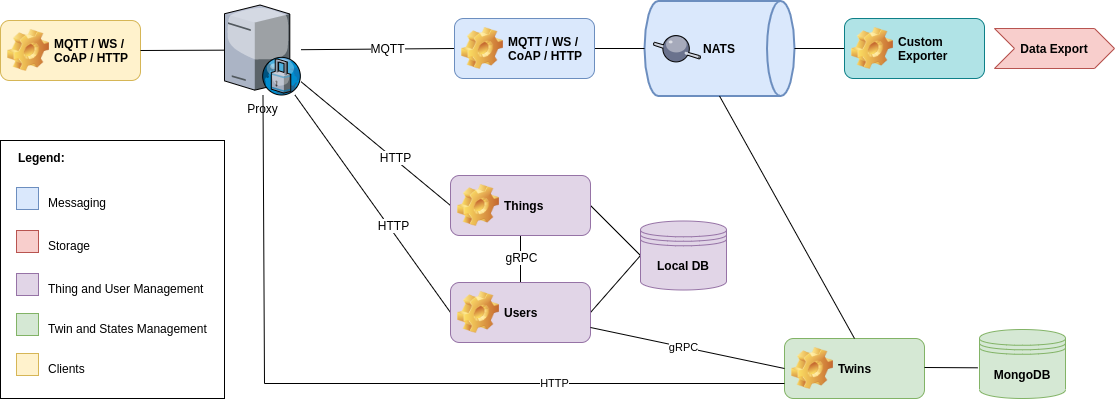
This is docs/img/twins/architecture.png from mainflux/docs, a draw.io export, as it was before one commit. Source tidied: cells renumbered, new cells last; positions are measured from the earlier drawing's top-left corner, leaving out a move shared by most shapes.
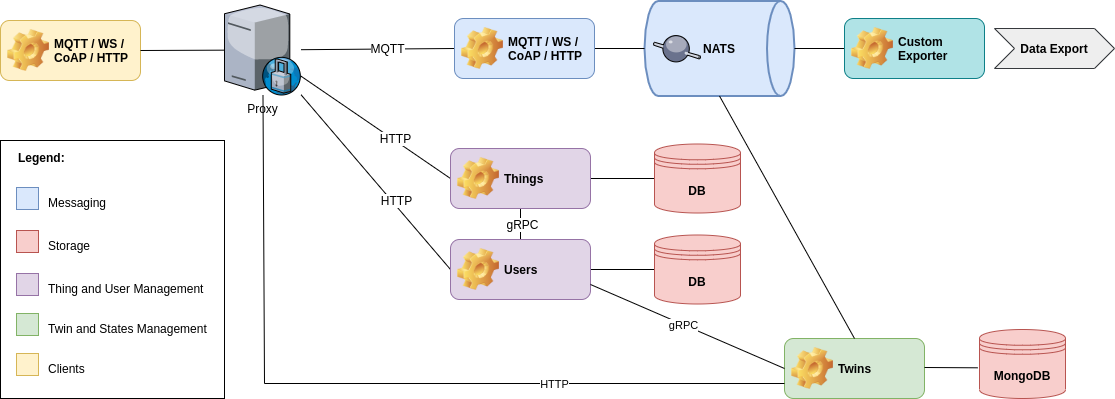
Later version of the same file.

Commit message:
Fix typos and separate dbs on diagram

What changed in the source:
```diff
@@ -7,7 +7,7 @@
     </mxCell>
     <mxCell id="3" value="gRPC" style="text;html=1;align=center;verticalAlign=middle;labelBackgroundColor=#ffffff;" parent="2" vertex="1">
       <mxGeometry x="0.73" y="-1" relative="1" as="geometry">
-        <mxPoint y="15" as="offset" />
+        <mxPoint y="11" as="offset" />
       </mxGeometry>
     </mxCell>
     <mxCell id="4" value="&lt;b&gt;NATS&lt;/b&gt;" style="strokeWidth=2;html=1;shape=mxgraph.flowchart.direct_data;whiteSpace=wrap;fillColor=#dae8fc;strokeColor=#6c8ebf;" parent="1" vertex="1">
@@ -36,11 +36,11 @@
         <mxPoint x="11.4" y="4.6" as="offset" />
       </mxGeometry>
     </mxCell>
-    <mxCell id="12" style="edgeStyle=none;rounded=0;jettySize=auto;html=1;exitX=1;exitY=0.5;exitDx=0;exitDy=0;entryX=0;entryY=0.5;entryDx=0;entryDy=0;endArrow=none;endFill=0;" parent="1" edge="1" source="13" target="18">
+    <mxCell id="12" style="edgeStyle=none;rounded=0;jettySize=auto;html=1;exitX=1;exitY=0.5;exitDx=0;exitDy=0;entryX=0;entryY=0.5;entryDx=0;entryDy=0;endArrow=none;endFill=0;" parent="1" edge="1" source="13" target="51">
       <mxGeometry relative="1" as="geometry" />
     </mxCell>
     <mxCell id="13" value="Users" style="label;whiteSpace=wrap;html=1;image=img/clipart/Gear_128x128.png;fillColor=#e1d5e7;strokeColor=#9673a6;" parent="1" vertex="1">
-      <mxGeometry x="450" y="304" width="140" height="60" as="geometry" />
+      <mxGeometry x="450" y="261" width="140" height="60" as="geometry" />
     </mxCell>
     <mxCell id="14" style="edgeStyle=none;rounded=0;jettySize=auto;html=1;exitX=0;exitY=0.5;exitDx=0;exitDy=0;endArrow=none;endFill=0;" parent="1" edge="1" source="17" target="5">
       <mxGeometry relative="1" as="geometry" />
@@ -52,10 +52,10 @@
       <mxGeometry relative="1" as="geometry" />
     </mxCell>
     <mxCell id="17" value="Things" style="label;whiteSpace=wrap;html=1;image=img/clipart/Gear_128x128.png;fillColor=#e1d5e7;strokeColor=#9673a6;" parent="1" vertex="1">
-      <mxGeometry x="450" y="197" width="140" height="60" as="geometry" />
+      <mxGeometry x="450" y="170" width="140" height="60" as="geometry" />
     </mxCell>
-    <mxCell id="18" value="&lt;b&gt;Local DB&lt;/b&gt;" style="shape=datastore;whiteSpace=wrap;html=1;fillColor=#e1d5e7;strokeColor=#9673a6;" parent="1" vertex="1">
-      <mxGeometry x="640" y="242.5" width="86" height="69" as="geometry" />
+    <mxCell id="18" value="&lt;b&gt;DB&lt;/b&gt;" style="shape=datastore;whiteSpace=wrap;html=1;fillColor=#f8cecc;strokeColor=#b85450;" parent="1" vertex="1">
+      <mxGeometry x="654" y="165.5" width="86" height="69" as="geometry" />
     </mxCell>
     <mxCell id="19" style="rounded=0;jettySize=auto;html=1;exitX=0;exitY=0.5;exitDx=0;exitDy=0;entryX=1;entryY=0.5;entryDx=0;entryDy=0;entryPerimeter=0;endArrow=none;endFill=0;" parent="1" edge="1" source="20" target="4">
       <mxGeometry relative="1" as="geometry" />
@@ -98,7 +98,7 @@
         <mxPoint x="141" as="sourcePoint" />
       </mxGeometry>
     </mxCell>
-    <mxCell id="32" value="Data Export" style="shape=step;perimeter=stepPerimeter;whiteSpace=wrap;html=1;fixedSize=1;fillColor=#f8cecc;strokeColor=#b85450;fontStyle=1;" parent="1" vertex="1">
+    <mxCell id="32" value="Data Export" style="shape=step;perimeter=stepPerimeter;whiteSpace=wrap;html=1;fixedSize=1;fillColor=#eeeeee;strokeColor=#36393d;fontStyle=1;" parent="1" vertex="1">
       <mxGeometry x="994" y="50" width="120" height="40" as="geometry" />
     </mxCell>
     <mxCell id="33" style="edgeStyle=orthogonalEdgeStyle;rounded=0;orthogonalLoop=1;jettySize=auto;html=1;exitX=0.5;exitY=1;exitDx=0;exitDy=0;" parent="1" edge="1" source="32" target="32">
@@ -128,7 +128,7 @@
     <mxCell id="39" style="rounded=0;jettySize=auto;html=1;exitX=0.5;exitY=0;exitDx=0;exitDy=0;entryX=0.5;entryY=1;entryDx=0;entryDy=0;entryPerimeter=0;endArrow=none;endFill=0;" parent="1" edge="1" source="34" target="4">
       <mxGeometry relative="1" as="geometry" />
     </mxCell>
-    <mxCell id="40" value="&lt;b&gt;MongoDB&lt;/b&gt;" style="shape=datastore;whiteSpace=wrap;html=1;fillColor=#d5e8d4;strokeColor=#82b366;" parent="1" vertex="1">
+    <mxCell id="40" value="&lt;b&gt;MongoDB&lt;/b&gt;" style="shape=datastore;whiteSpace=wrap;html=1;fillColor=#f8cecc;strokeColor=#b85450;" parent="1" vertex="1">
       <mxGeometry x="979" y="351" width="86" height="69" as="geometry" />
     </mxCell>
     <mxCell id="41" style="group;" parent="1" vertex="1">
@@ -163,5 +163,8 @@
     <mxCell id="50" style="endArrow=none;html=1;exitX=1;exitY=0.5;exitDx=0;exitDy=0;" parent="1" edge="1" source="21" target="5">
       <mxGeometry relative="1" as="geometry" />
     </mxCell>
+    <mxCell id="51" value="&lt;b&gt;DB&lt;/b&gt;" style="shape=datastore;whiteSpace=wrap;html=1;fillColor=#f8cecc;strokeColor=#b85450;" parent="1" vertex="1">
+      <mxGeometry x="654" y="256.5" width="86" height="69" as="geometry" />
+    </mxCell>
   </root>
 </mxGraphModel>
```
